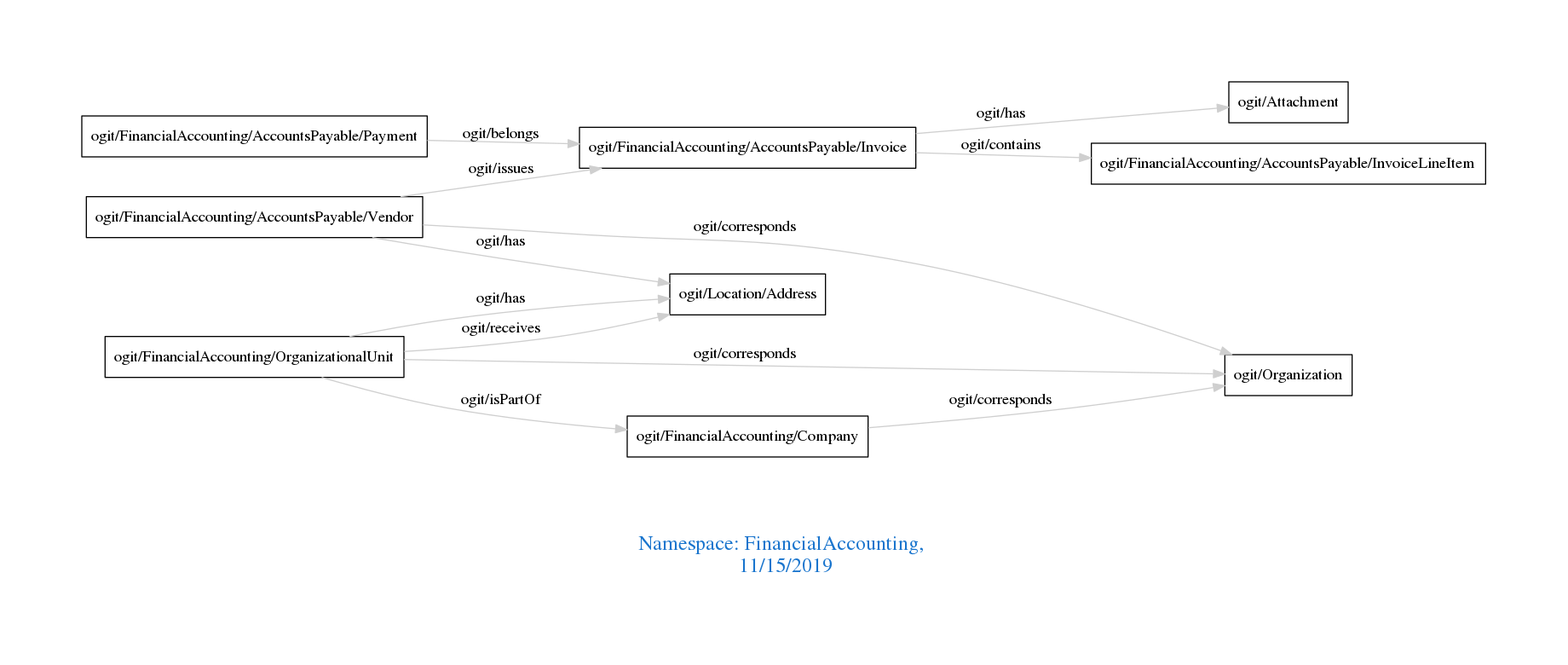
Above: downloads/FinancialAccounting.png in arago/OGIT (Graphviz), before the change. Its source is kept beside it as downloads/FinancialAccounting.dot.
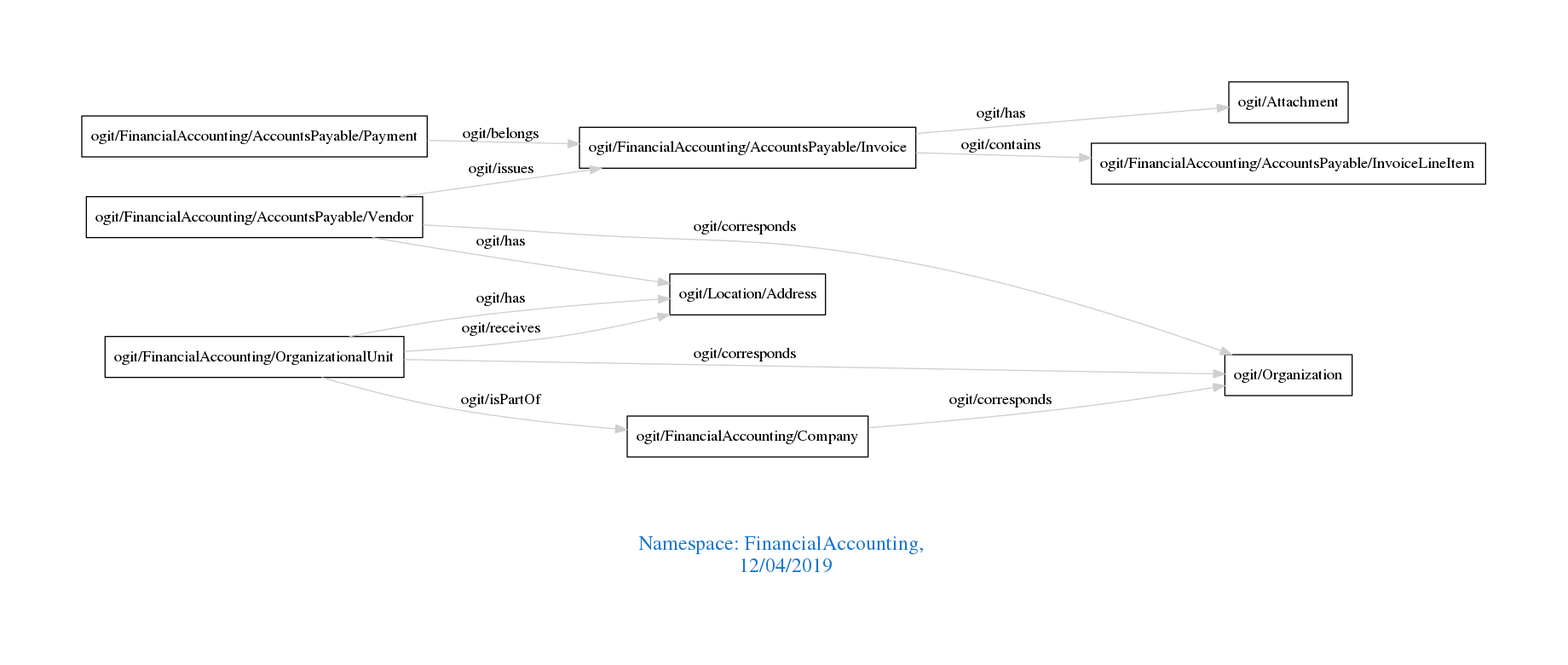
The same file after the commit.

The edit, as a diff of the source:
```diff
@@ -1,7 +1,7 @@
 digraph OGIT_ontology {
  graph [ rankdir= LR,pad=1
 fontsize = 18,
-fontcolor= dodgerblue3,label = "\n\n\nNamespace: FinancialAccounting, \n 11/15/2019"];
+fontcolor= dodgerblue3,label = "\n\n\nNamespace: FinancialAccounting, \n 12/04/2019"];
 node[shape=polygon];
 edge [  color="gray81"];
 
```
